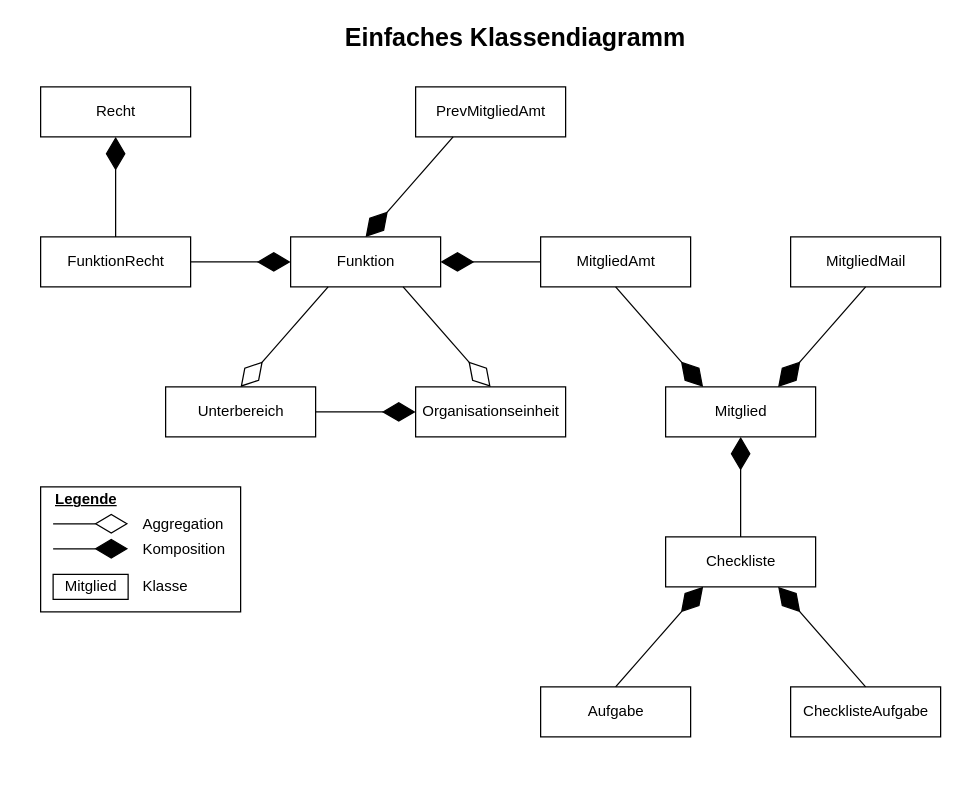
Earlier version of the draw.io diagram page "Klassendiagramm" (2 of 10) of docs/anforderung/files/svg/diagrams_master.drawio (mribrgr/StuRa-Mitgliederdatenbank). Source tidied: cells renumbered, new cells numbered last; positions are measured from the earlier drawing's top-left corner, leaving out a move shared by most shapes. Both pictures are drawn from the tidied source at 125%, with x=0, y=0 at pixel (40, 24).
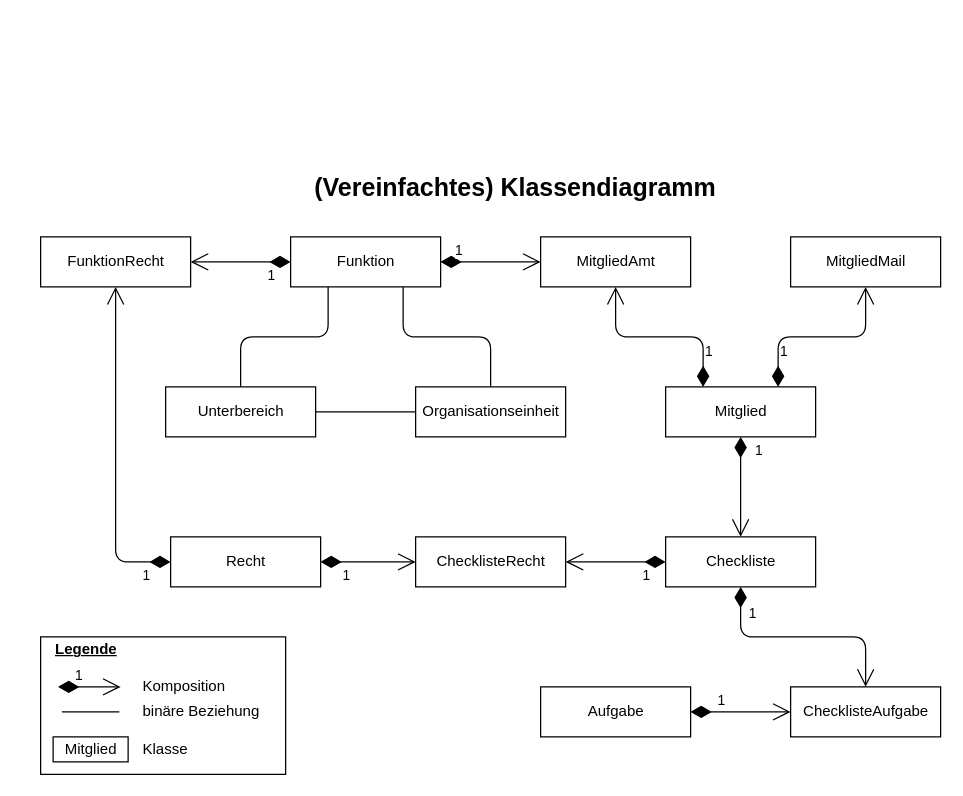
The same page after the edit.

Unchanged cells that the change refers to:
```xml
<mxCell id="2" value="Funktion" style="html=1;" parent="1" vertex="1">
  <mxGeometry x="200" y="170" width="120" height="40" as="geometry" />
</mxCell>
<mxCell id="3" value="Unterbereich" style="html=1;" parent="1" vertex="1">
  <mxGeometry x="100" y="290" width="120" height="40" as="geometry" />
</mxCell>
<mxCell id="4" value="Organisationseinheit" style="html=1;" parent="1" vertex="1">
  <mxGeometry x="300" y="290" width="120" height="40" as="geometry" />
</mxCell>
<mxCell id="6" value="FunktionRecht" style="html=1;" parent="1" vertex="1">
  <mxGeometry y="170" width="120" height="40" as="geometry" />
</mxCell>
<mxCell id="7" value="ChecklisteAufgabe" style="html=1;" parent="1" vertex="1">
  <mxGeometry x="600" y="530" width="120" height="40" as="geometry" />
</mxCell>
<mxCell id="8" value="Aufgabe" style="html=1;" parent="1" vertex="1">
  <mxGeometry x="400" y="530" width="120" height="40" as="geometry" />
</mxCell>
<mxCell id="9" value="Checkliste" style="html=1;" parent="1" vertex="1">
  <mxGeometry x="500" y="410" width="120" height="40" as="geometry" />
</mxCell>
<mxCell id="10" value="Mitglied" style="html=1;" parent="1" vertex="1">
  <mxGeometry x="500" y="290" width="120" height="40" as="geometry" />
</mxCell>
<mxCell id="11" value="MitgliedAmt" style="html=1;" parent="1" vertex="1">
  <mxGeometry x="400" y="170" width="120" height="40" as="geometry" />
</mxCell>
<mxCell id="12" value="MitgliedMail" style="html=1;" parent="1" vertex="1">
  <mxGeometry x="600" y="170" width="120" height="40" as="geometry" />
</mxCell>
```

What changed in the source:
```diff
@@
+    <mxCell id="28" style="edgeStyle=orthogonalEdgeStyle;rounded=1;jettySize=auto;html=1;exitX=0.25;exitY=1;exitDx=0;exitDy=0;entryX=0.5;entryY=0;entryDx=0;entryDy=0;endArrow=none;endFill=0;" parent="1" edge="1" source="2" target="3">
+      <mxGeometry relative="1" as="geometry" />
+    </mxCell>
+    <mxCell id="29" style="edgeStyle=orthogonalEdgeStyle;rounded=1;jettySize=auto;html=1;exitX=0.75;exitY=1;exitDx=0;exitDy=0;entryX=0.5;entryY=0;entryDx=0;entryDy=0;endArrow=none;endFill=0;" parent="1" edge="1" source="2" target="4">
+      <mxGeometry relative="1" as="geometry" />
+    </mxCell>
@@
+    <mxCell id="35" style="edgeStyle=orthogonalEdgeStyle;rounded=1;jettySize=auto;html=1;exitX=0;exitY=0.5;exitDx=0;exitDy=0;entryX=1;entryY=0.5;entryDx=0;entryDy=0;endArrow=none;endFill=0;" parent="1" edge="1" source="4" target="3">
+      <mxGeometry relative="1" as="geometry" />
+    </mxCell>
@@
     <mxCell id="5" value="Recht" style="html=1;" parent="1" vertex="1">
-      <mxGeometry y="50" width="120" height="40" as="geometry" />
+      <mxGeometry x="104" y="410" width="120" height="40" as="geometry" />
     </mxCell>
@@
-    <mxCell id="13" style="endArrow=diamondThin;endFill=1;endSize=24;html=1;entryX=0;entryY=0.5;entryDx=0;entryDy=0;exitX=1;exitY=0.5;exitDx=0;exitDy=0;" parent="1" edge="1" source="3" target="4">
-      <mxGeometry relative="1" as="geometry" />
-    </mxCell>
-    <mxCell id="14" style="endArrow=diamondThin;endFill=1;endSize=24;html=1;entryX=0.5;entryY=1;entryDx=0;entryDy=0;" parent="1" edge="1" target="10">
-      <mxGeometry relative="1" as="geometry">
-        <mxPoint x="560" y="410" as="sourcePoint" />
-      </mxGeometry>
-    </mxCell>
-    <mxCell id="15" style="endArrow=diamondThin;endFill=1;endSize=24;html=1;exitX=1;exitY=0.5;exitDx=0;exitDy=0;entryX=0;entryY=0.5;entryDx=0;entryDy=0;" parent="1" edge="1" source="6" target="2">
-      <mxGeometry relative="1" as="geometry" />
-    </mxCell>
-    <mxCell id="16" style="endArrow=diamondThin;endFill=1;endSize=24;html=1;exitX=0.5;exitY=0;exitDx=0;exitDy=0;entryX=0.5;entryY=1;entryDx=0;entryDy=0;" parent="1" edge="1" source="6" target="5">
-      <mxGeometry relative="1" as="geometry" />
-    </mxCell>
-    <mxCell id="17" style="endArrow=diamondThin;endFill=1;endSize=24;html=1;entryX=0.25;entryY=0;entryDx=0;entryDy=0;exitX=0.5;exitY=1;exitDx=0;exitDy=0;" parent="1" edge="1" source="11" target="10">
-      <mxGeometry relative="1" as="geometry" />
-    </mxCell>
-    <mxCell id="18" style="endArrow=diamondThin;endFill=1;endSize=24;html=1;exitX=0.5;exitY=1;exitDx=0;exitDy=0;entryX=0.75;entryY=0;entryDx=0;entryDy=0;" parent="1" edge="1" source="12" target="10">
-      <mxGeometry relative="1" as="geometry" />
-    </mxCell>
-    <mxCell id="19" style="endArrow=diamondThin;endFill=1;endSize=24;html=1;exitX=0;exitY=0.5;exitDx=0;exitDy=0;entryX=1;entryY=0.5;entryDx=0;entryDy=0;" parent="1" edge="1" source="11" target="2">
-      <mxGeometry relative="1" as="geometry" />
-    </mxCell>
-    <mxCell id="20" value="Einfaches Klassendiagramm" style="text;html=1;strokeColor=none;fillColor=none;align=center;verticalAlign=middle;whiteSpace=wrap;rounded=0;fontStyle=1;fontSize=20;" parent="1" vertex="1">
-      <mxGeometry x="220" width="320" height="20" as="geometry" />
+    <mxCell id="20" value="(Vereinfachtes) Klassendiagramm" style="text;html=1;strokeColor=none;fillColor=none;align=center;verticalAlign=middle;whiteSpace=wrap;rounded=0;fontStyle=1;fontSize=20;" parent="1" vertex="1">
+      <mxGeometry x="180" y="120" width="400" height="20" as="geometry" />
     </mxCell>
-    <mxCell id="21" value="PrevMitgliedAmt" style="html=1;" parent="1" vertex="1">
-      <mxGeometry x="300" y="50" width="120" height="40" as="geometry" />
-    </mxCell>
     <mxCell id="22" style="rounded=0;whiteSpace=wrap;html=1;" parent="1" vertex="1">
-      <mxGeometry y="370" width="160" height="100" as="geometry" />
+      <mxGeometry y="490" width="196" height="110" as="geometry" />
     </mxCell>
     <mxCell id="23" value="Legende" style="text;html=1;strokeColor=none;fillColor=none;align=left;verticalAlign=middle;whiteSpace=wrap;rounded=0;fontStyle=5;" parent="1" vertex="1">
-      <mxGeometry x="10" y="370" width="70" height="20" as="geometry" />
+      <mxGeometry x="10" y="490" width="70" height="20" as="geometry" />
     </mxCell>
-    <mxCell id="24" value="Aggregation" style="text;html=1;strokeColor=none;fillColor=none;align=left;verticalAlign=middle;whiteSpace=wrap;rounded=0;" parent="1" vertex="1">
-      <mxGeometry x="80" y="390" width="70" height="20" as="geometry" />
-    </mxCell>
     <mxCell id="25" value="Komposition" style="text;html=1;strokeColor=none;fillColor=none;align=left;verticalAlign=middle;whiteSpace=wrap;rounded=0;" parent="1" vertex="1">
-      <mxGeometry x="80" y="410" width="70" height="20" as="geometry" />
+      <mxGeometry x="80" y="520" width="70" height="20" as="geometry" />
     </mxCell>
     <mxCell id="26" value="Mitglied" style="html=1;labelBackgroundColor=none;" parent="1" vertex="1">
-      <mxGeometry x="10" y="440" width="60" height="20" as="geometry" />
+      <mxGeometry x="10" y="570" width="60" height="20" as="geometry" />
     </mxCell>
     <mxCell id="27" value="Klasse" style="text;html=1;strokeColor=none;fillColor=none;align=left;verticalAlign=middle;whiteSpace=wrap;rounded=0;" parent="1" vertex="1">
-      <mxGeometry x="80" y="440" width="70" height="20" as="geometry" />
+      <mxGeometry x="80" y="570" width="70" height="20" as="geometry" />
     </mxCell>
-    <mxCell id="28" style="endArrow=diamondThin;endFill=0;endSize=24;html=1;strokeColor=#000000;exitX=0.25;exitY=1;exitDx=0;exitDy=0;entryX=0.5;entryY=0;entryDx=0;entryDy=0;" parent="1" edge="1" source="2" target="3">
-      <mxGeometry relative="1" as="geometry" />
-    </mxCell>
-    <mxCell id="29" style="endArrow=diamondThin;endFill=0;endSize=24;html=1;strokeColor=#000000;exitX=0.75;exitY=1;exitDx=0;exitDy=0;entryX=0.5;entryY=0;entryDx=0;entryDy=0;" parent="1" edge="1" source="2" target="4">
-      <mxGeometry relative="1" as="geometry" />
-    </mxCell>
-    <mxCell id="30" style="endArrow=diamondThin;endFill=0;endSize=24;html=1;strokeColor=#000000;" parent="1" edge="1">
-      <mxGeometry relative="1" as="geometry">
-        <mxPoint x="10" y="399.5" as="sourcePoint" />
-        <mxPoint x="70" y="399.5" as="targetPoint" />
-      </mxGeometry>
-    </mxCell>
-    <mxCell id="31" style="endArrow=diamondThin;endFill=1;endSize=24;html=1;strokeColor=#000000;" parent="1" edge="1">
-      <mxGeometry relative="1" as="geometry">
-        <mxPoint x="10" y="419.5" as="sourcePoint" />
-        <mxPoint x="70" y="419.5" as="targetPoint" />
-      </mxGeometry>
-    </mxCell>
-    <mxCell id="32" style="endArrow=diamondThin;endFill=1;endSize=24;html=1;exitX=0.5;exitY=0;exitDx=0;exitDy=0;entryX=0.25;entryY=1;entryDx=0;entryDy=0;" parent="1" edge="1" source="8" target="9">
-      <mxGeometry relative="1" as="geometry" />
-    </mxCell>
-    <mxCell id="33" style="endArrow=diamondThin;endFill=1;endSize=24;html=1;exitX=0.5;exitY=0;exitDx=0;exitDy=0;entryX=0.75;entryY=1;entryDx=0;entryDy=0;" parent="1" edge="1" source="7" target="9">
-      <mxGeometry relative="1" as="geometry" />
-    </mxCell>
-    <mxCell id="34" style="endArrow=diamondThin;endFill=1;endSize=24;html=1;exitX=0.25;exitY=1;exitDx=0;exitDy=0;entryX=0.5;entryY=0;entryDx=0;entryDy=0;" parent="1" edge="1" source="21" target="2">
-      <mxGeometry relative="1" as="geometry" />
-    </mxCell>
+    <mxCell id="36" value="1" style="endArrow=open;html=1;endSize=12;startArrow=diamondThin;startSize=14;startFill=1;edgeStyle=orthogonalEdgeStyle;align=left;verticalAlign=bottom;exitX=0;exitY=0.5;exitDx=0;exitDy=0;entryX=0.5;entryY=1;entryDx=0;entryDy=0;" parent="1" edge="1" source="5" target="6">
+      <mxGeometry x="-0.82" y="20" relative="1" as="geometry">
+        <Array as="points">
+          <mxPoint x="60" y="430" />
+        </Array>
+      </mxGeometry>
+    </mxCell>
+    <mxCell id="37" value="1" style="endArrow=open;html=1;endSize=12;startArrow=diamondThin;startSize=14;startFill=1;edgeStyle=orthogonalEdgeStyle;align=left;verticalAlign=bottom;exitX=0;exitY=0.5;exitDx=0;exitDy=0;entryX=1;entryY=0.5;entryDx=0;entryDy=0;" parent="1" edge="1" source="2" target="6">
+      <mxGeometry x="-0.5" y="20" relative="1" as="geometry" />
+    </mxCell>
+    <mxCell id="38" value="1" style="endArrow=open;html=1;endSize=12;startArrow=diamondThin;startSize=14;startFill=1;edgeStyle=orthogonalEdgeStyle;align=left;verticalAlign=bottom;exitX=1;exitY=0.5;exitDx=0;exitDy=0;entryX=0;entryY=0.5;entryDx=0;entryDy=0;" parent="1" edge="1" source="2" target="11">
+      <mxGeometry x="-0.75" relative="1" as="geometry" />
+    </mxCell>
+    <mxCell id="39" value="1" style="endArrow=open;html=1;endSize=12;startArrow=diamondThin;startSize=14;startFill=1;edgeStyle=orthogonalEdgeStyle;align=left;verticalAlign=bottom;exitX=0.25;exitY=0;exitDx=0;exitDy=0;entryX=0.5;entryY=1;entryDx=0;entryDy=0;" parent="1" edge="1" source="10" target="11">
+      <mxGeometry x="-0.75" relative="1" as="geometry" />
+    </mxCell>
+    <mxCell id="40" value="1" style="endArrow=open;html=1;endSize=12;startArrow=diamondThin;startSize=14;startFill=1;edgeStyle=orthogonalEdgeStyle;align=left;verticalAlign=bottom;exitX=0.75;exitY=0;exitDx=0;exitDy=0;entryX=0.5;entryY=1;entryDx=0;entryDy=0;" parent="1" edge="1" source="10" target="12">
+      <mxGeometry x="-0.75" relative="1" as="geometry" />
+    </mxCell>
+    <mxCell id="41" value="1" style="endArrow=open;html=1;endSize=12;startArrow=diamondThin;startSize=14;startFill=1;edgeStyle=orthogonalEdgeStyle;align=left;verticalAlign=bottom;exitX=0.5;exitY=1;exitDx=0;exitDy=0;entryX=0.5;entryY=0;entryDx=0;entryDy=0;" parent="1" edge="1" source="10" target="9">
+      <mxGeometry x="-0.5" y="10" relative="1" as="geometry" />
+    </mxCell>
+    <mxCell id="42" value="1" style="endArrow=open;html=1;endSize=12;startArrow=diamondThin;startSize=14;startFill=1;edgeStyle=orthogonalEdgeStyle;align=left;verticalAlign=bottom;exitX=0.5;exitY=1;exitDx=0;exitDy=0;entryX=0.5;entryY=0;entryDx=0;entryDy=0;" parent="1" edge="1" source="9" target="7">
+      <mxGeometry x="-0.5" y="10" relative="1" as="geometry" />
+    </mxCell>
+    <mxCell id="43" value="1" style="endArrow=open;html=1;endSize=12;startArrow=diamondThin;startSize=14;startFill=1;edgeStyle=orthogonalEdgeStyle;align=left;verticalAlign=bottom;exitX=1;exitY=0.5;exitDx=0;exitDy=0;entryX=0;entryY=0.5;entryDx=0;entryDy=0;" parent="1" edge="1" source="8" target="7">
+      <mxGeometry x="-0.5" relative="1" as="geometry" />
+    </mxCell>
+    <mxCell id="44" value="ChecklisteRecht" style="html=1;" parent="1" vertex="1">
+      <mxGeometry x="300" y="410" width="120" height="40" as="geometry" />
+    </mxCell>
+    <mxCell id="45" value="1" style="endArrow=open;html=1;endSize=12;startArrow=diamondThin;startSize=14;startFill=1;edgeStyle=orthogonalEdgeStyle;align=left;verticalAlign=bottom;exitX=0;exitY=0.5;exitDx=0;exitDy=0;entryX=1;entryY=0.5;entryDx=0;entryDy=0;" parent="1" edge="1" source="9" target="44">
+      <mxGeometry x="-0.5" y="20" relative="1" as="geometry">
+        <Array as="points">
+          <mxPoint x="480" y="430" />
+          <mxPoint x="480" y="430" />
+        </Array>
+      </mxGeometry>
+    </mxCell>
+    <mxCell id="46" value="1" style="endArrow=open;html=1;endSize=12;startArrow=diamondThin;startSize=14;startFill=1;edgeStyle=orthogonalEdgeStyle;align=left;verticalAlign=bottom;exitX=1;exitY=0.5;exitDx=0;exitDy=0;entryX=0;entryY=0.5;entryDx=0;entryDy=0;" parent="1" edge="1" source="5" target="44">
+      <mxGeometry x="-0.32" y="-22" relative="1" as="geometry">
+        <Array as="points">
+          <mxPoint x="250" y="430" />
+          <mxPoint x="250" y="430" />
+        </Array>
+        <mxPoint x="-10" y="-2" as="offset" />
+      </mxGeometry>
+    </mxCell>
+    <mxCell id="47" value="1" style="endArrow=open;html=1;endSize=12;startArrow=diamondThin;startSize=14;startFill=1;edgeStyle=orthogonalEdgeStyle;align=left;verticalAlign=bottom;" parent="1" edge="1">
+      <mxGeometry x="-0.2" y="-8" relative="1" as="geometry">
+        <mxPoint x="14" y="530" as="sourcePoint" />
+        <mxPoint x="64" y="530" as="targetPoint" />
+        <Array as="points">
+          <mxPoint x="34" y="530" />
+          <mxPoint x="34" y="530" />
+        </Array>
+        <mxPoint x="-8" y="-8" as="offset" />
+      </mxGeometry>
+    </mxCell>
+    <mxCell id="48" style="endArrow=none;html=1;" parent="1" edge="1">
+      <mxGeometry relative="1" as="geometry">
+        <mxPoint x="17" y="550" as="sourcePoint" />
+        <mxPoint x="63" y="550" as="targetPoint" />
+      </mxGeometry>
+    </mxCell>
+    <mxCell id="49" value="binäre Beziehung" style="text;html=1;strokeColor=none;fillColor=none;align=left;verticalAlign=middle;whiteSpace=wrap;rounded=0;" parent="1" vertex="1">
+      <mxGeometry x="80" y="540" width="96" height="20" as="geometry" />
+    </mxCell>
```
